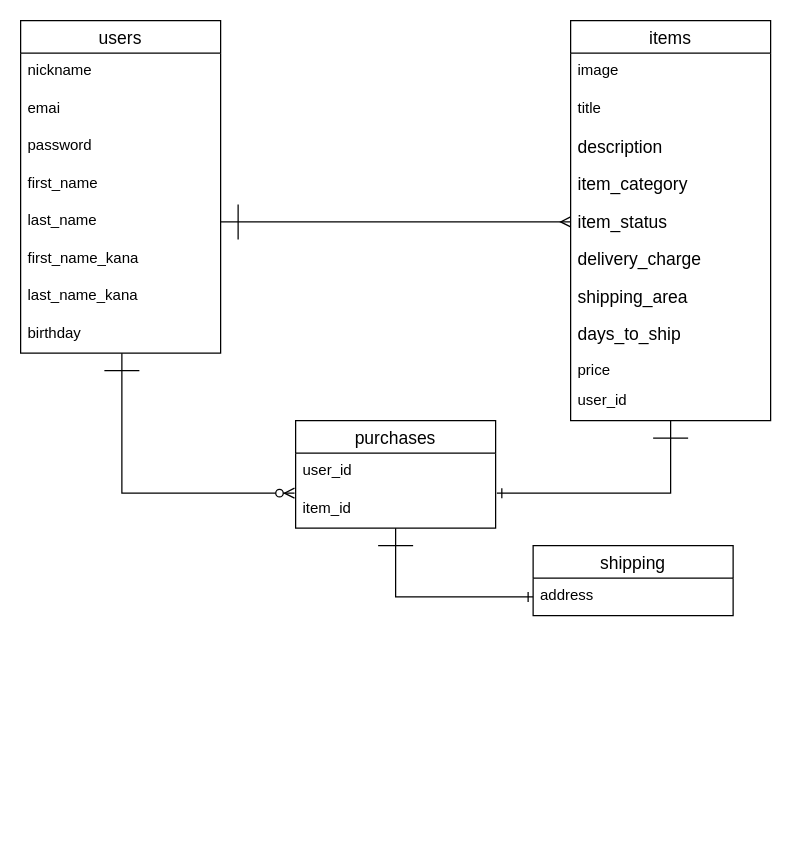
This is DB_ER.dio from Sashimi0343/furima-35172, a draw.io file, before an edit. Source tidied: cells renumbered, new cells numbered last; positions are measured from the earlier drawing's top-left corner, leaving out a move shared by most shapes. Both pictures are drawn from the tidied source at 125%, with x=0, y=0 at pixel (20, 20).
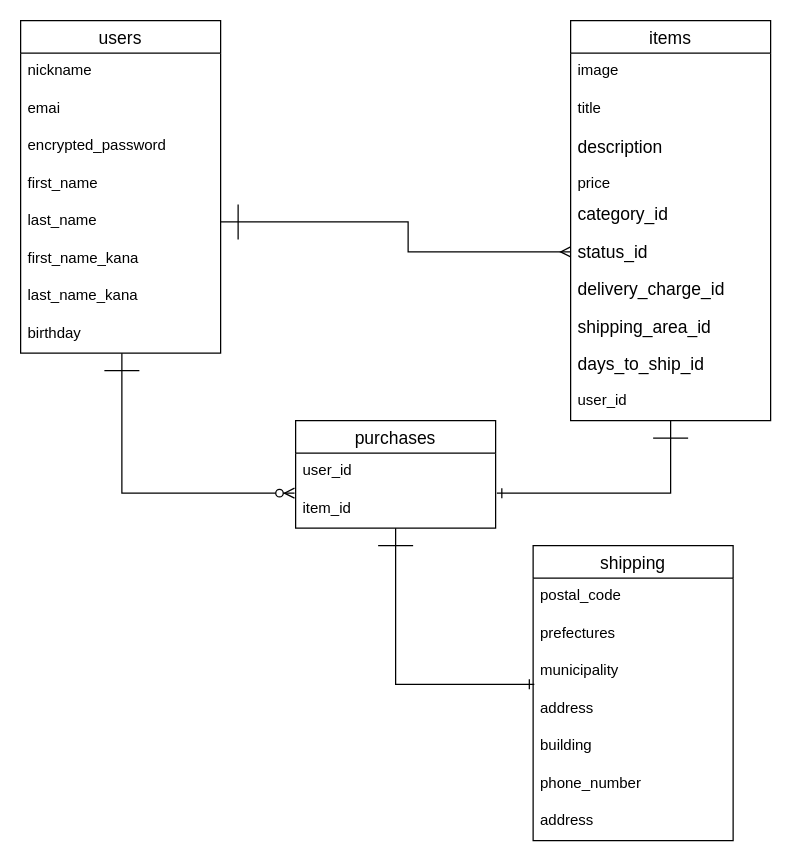
The same page after the edit.

Commit message (it also covers changes not shown here):
ER図　＆　README修正

The change refers to these unchanged cells:
```xml
<mxCell id="3" value="users" style="swimlane;fontStyle=0;horizontal=1;startSize=26;align=center;fontSize=14;" parent="1" vertex="1">
  <mxGeometry width="160" height="266" as="geometry" />
</mxCell>
<mxCell id="13" value="items" style="swimlane;fontStyle=0;horizontal=1;startSize=26;align=center;fontSize=14;" parent="1" vertex="1">
  <mxGeometry x="440" width="160" height="320" as="geometry" />
</mxCell>
<mxCell id="25" value="purchases" style="swimlane;fontStyle=0;horizontal=1;startSize=26;align=center;fontSize=14;" parent="1" vertex="1">
  <mxGeometry x="220" y="320" width="160" height="86" as="geometry" />
</mxCell>
```

Change to the diagram source:
```diff
@@
-    <mxCell id="6" value="password" style="text;strokeColor=none;fillColor=none;spacingLeft=4;spacingRight=4;overflow=hidden;fontSize=12;" parent="3" vertex="1">
+    <mxCell id="6" value="encrypted_password" style="text;strokeColor=none;fillColor=none;spacingLeft=4;spacingRight=4;overflow=hidden;fontSize=12;" parent="3" vertex="1">
       <mxGeometry y="86" width="160" height="30" as="geometry" />
     </mxCell>
@@
+    <mxCell id="22" value="price" style="text;strokeColor=none;fillColor=none;spacingLeft=4;spacingRight=4;overflow=hidden;fontSize=12;" parent="13" vertex="1">
+      <mxGeometry y="116" width="160" height="24" as="geometry" />
+    </mxCell>
-    <mxCell id="17" value="item_category" style="text;strokeColor=none;fillColor=none;spacingLeft=4;spacingRight=4;overflow=hidden;fontSize=14;" parent="13" vertex="1">
-      <mxGeometry y="116" width="160" height="30" as="geometry" />
+    <mxCell id="17" value="category_id" style="text;strokeColor=none;fillColor=none;spacingLeft=4;spacingRight=4;overflow=hidden;fontSize=14;" parent="13" vertex="1">
+      <mxGeometry y="140" width="160" height="30" as="geometry" />
     </mxCell>
-    <mxCell id="18" value="item_status" style="text;strokeColor=none;fillColor=none;spacingLeft=4;spacingRight=4;overflow=hidden;points=[[0,0.5],[1,0.5]];portConstraint=eastwest;fontSize=14;" parent="13" vertex="1">
-      <mxGeometry y="146" width="160" height="30" as="geometry" />
+    <mxCell id="18" value="status_id" style="text;strokeColor=none;fillColor=none;spacingLeft=4;spacingRight=4;overflow=hidden;points=[[0,0.5],[1,0.5]];portConstraint=eastwest;fontSize=14;" parent="13" vertex="1">
+      <mxGeometry y="170" width="160" height="30" as="geometry" />
     </mxCell>
-    <mxCell id="19" value="delivery_charge" style="text;strokeColor=none;fillColor=none;spacingLeft=4;spacingRight=4;overflow=hidden;fontSize=14;" parent="13" vertex="1">
-      <mxGeometry y="176" width="160" height="30" as="geometry" />
+    <mxCell id="19" value="delivery_charge_id" style="text;strokeColor=none;fillColor=none;spacingLeft=4;spacingRight=4;overflow=hidden;fontSize=14;" parent="13" vertex="1">
+      <mxGeometry y="200" width="160" height="30" as="geometry" />
     </mxCell>
-    <mxCell id="20" value="shipping_area" style="text;strokeColor=none;fillColor=none;spacingLeft=4;spacingRight=4;overflow=hidden;fontSize=14;" parent="13" vertex="1">
-      <mxGeometry y="206" width="160" height="30" as="geometry" />
+    <mxCell id="20" value="shipping_area_id" style="text;strokeColor=none;fillColor=none;spacingLeft=4;spacingRight=4;overflow=hidden;fontSize=14;" parent="13" vertex="1">
+      <mxGeometry y="230" width="160" height="30" as="geometry" />
     </mxCell>
-    <mxCell id="21" value="days_to_ship" style="text;strokeColor=none;fillColor=none;spacingLeft=4;spacingRight=4;overflow=hidden;fontSize=14;" parent="13" vertex="1">
-      <mxGeometry y="236" width="160" height="30" as="geometry" />
+    <mxCell id="21" value="days_to_ship_id" style="text;strokeColor=none;fillColor=none;spacingLeft=4;spacingRight=4;overflow=hidden;fontSize=14;" parent="13" vertex="1">
+      <mxGeometry y="260" width="160" height="30" as="geometry" />
     </mxCell>
-    <mxCell id="22" value="price" style="text;strokeColor=none;fillColor=none;spacingLeft=4;spacingRight=4;overflow=hidden;fontSize=12;" parent="13" vertex="1">
-      <mxGeometry y="266" width="160" height="24" as="geometry" />
-    </mxCell>
@@
-    <mxCell id="24" style="edgeStyle=orthogonalEdgeStyle;rounded=0;jettySize=auto;html=1;entryX=0;entryY=0.5;entryDx=0;entryDy=0;startArrow=ERone;startFill=0;startSize=26;endArrow=ERone;endFill=0;fontSize=14;" parent="1" edge="1" source="25" target="29">
+    <mxCell id="24" style="edgeStyle=orthogonalEdgeStyle;rounded=0;jettySize=auto;html=1;entryX=0.006;entryY=0.833;entryDx=0;entryDy=0;startArrow=ERone;startFill=0;startSize=26;endArrow=ERone;endFill=0;fontSize=14;entryPerimeter=0;" parent="1" edge="1" source="25" target="33">
       <mxGeometry relative="1" as="geometry" />
     </mxCell>
@@
     <mxCell id="28" value="shipping" style="swimlane;fontStyle=0;horizontal=1;startSize=26;align=center;fontSize=14;" parent="1" vertex="1">
-      <mxGeometry x="410" y="420" width="160" height="56" as="geometry" />
+      <mxGeometry x="410" y="420" width="160" height="236" as="geometry" />
     </mxCell>
+    <mxCell id="31" value="postal_code" style="text;strokeColor=none;fillColor=none;spacingLeft=4;spacingRight=4;overflow=hidden;fontSize=12;" parent="28" vertex="1">
+      <mxGeometry y="26" width="160" height="30" as="geometry" />
+    </mxCell>
+    <mxCell id="32" value="prefectures" style="text;strokeColor=none;fillColor=none;spacingLeft=4;spacingRight=4;overflow=hidden;fontSize=12;" parent="28" vertex="1">
+      <mxGeometry y="56" width="160" height="30" as="geometry" />
+    </mxCell>
+    <mxCell id="33" value="municipality" style="text;strokeColor=none;fillColor=none;spacingLeft=4;spacingRight=4;overflow=hidden;points=[[0,0.5],[1,0.5]];portConstraint=eastwest;fontSize=12;" parent="28" vertex="1">
+      <mxGeometry y="86" width="160" height="30" as="geometry" />
+    </mxCell>
+    <mxCell id="34" value="address" style="text;strokeColor=none;fillColor=none;spacingLeft=4;spacingRight=4;overflow=hidden;fontSize=12;" parent="28" vertex="1">
+      <mxGeometry y="116" width="160" height="30" as="geometry" />
+    </mxCell>
+    <mxCell id="35" value="building" style="text;strokeColor=none;fillColor=none;spacingLeft=4;spacingRight=4;overflow=hidden;fontSize=12;" parent="28" vertex="1">
+      <mxGeometry y="146" width="160" height="30" as="geometry" />
+    </mxCell>
+    <mxCell id="36" value="phone_number" style="text;strokeColor=none;fillColor=none;spacingLeft=4;spacingRight=4;overflow=hidden;fontSize=12;" parent="28" vertex="1">
+      <mxGeometry y="176" width="160" height="30" as="geometry" />
+    </mxCell>
     <mxCell id="29" value="address" style="text;strokeColor=none;fillColor=none;spacingLeft=4;spacingRight=4;overflow=hidden;points=[[0,0.5],[1,0.5]];portConstraint=eastwest;fontSize=12;" parent="28" vertex="1">
-      <mxGeometry y="26" width="160" height="30" as="geometry" />
+      <mxGeometry y="206" width="160" height="30" as="geometry" />
     </mxCell>
```
